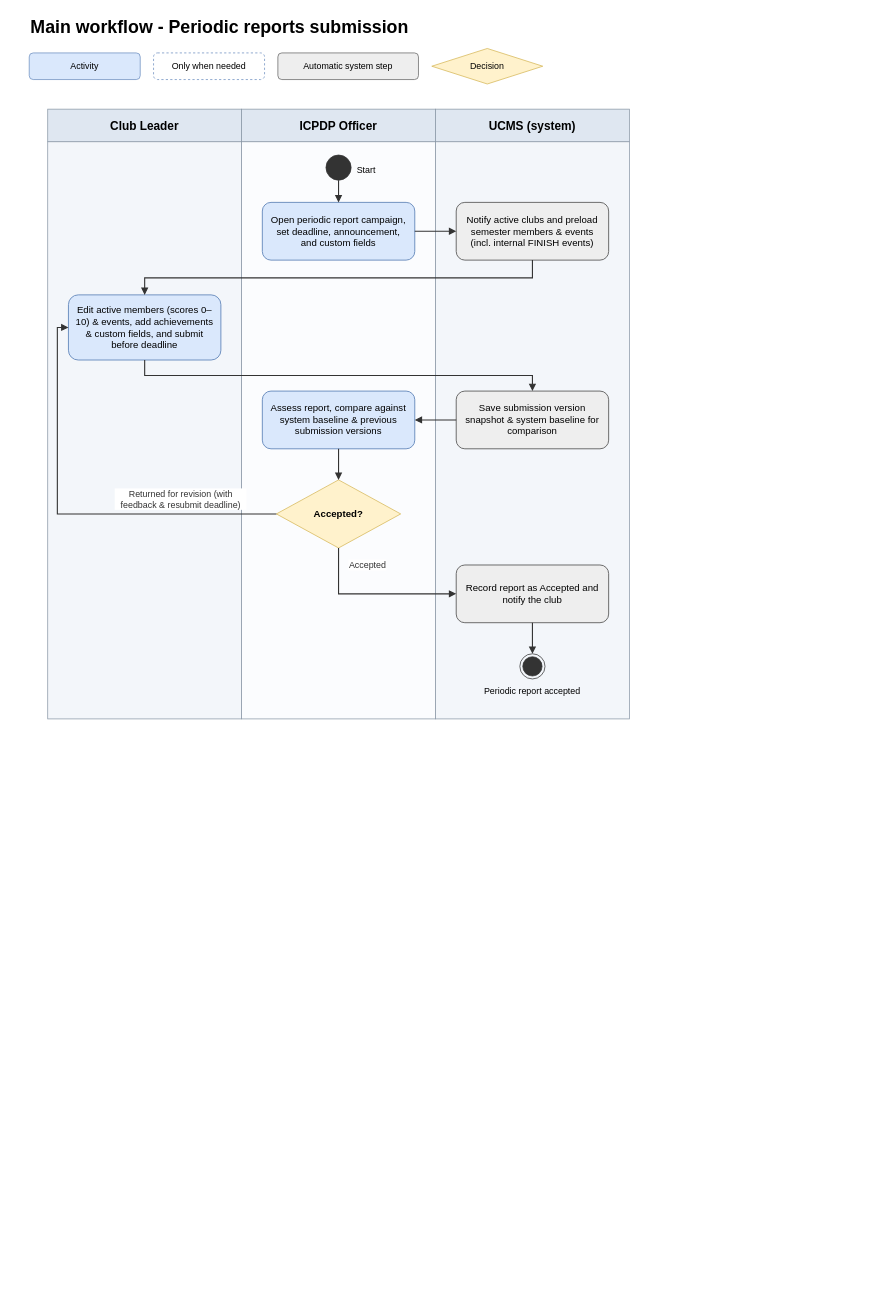
Earlier version of the draw.io diagram page "03 Periodic reports submission" (3 of 8) of docs/03-diagrams/UCMS_Main_Workflow.drawio (nvdekay/ClubManagementSystem). Source tidied: cells renumbered, new cells numbered last; positions are measured from the earlier drawing's top-left corner, leaving out a move shared by most shapes. Both pictures are drawn from the tidied source at 74%, with x=0, y=0 at pixel (29, 14).
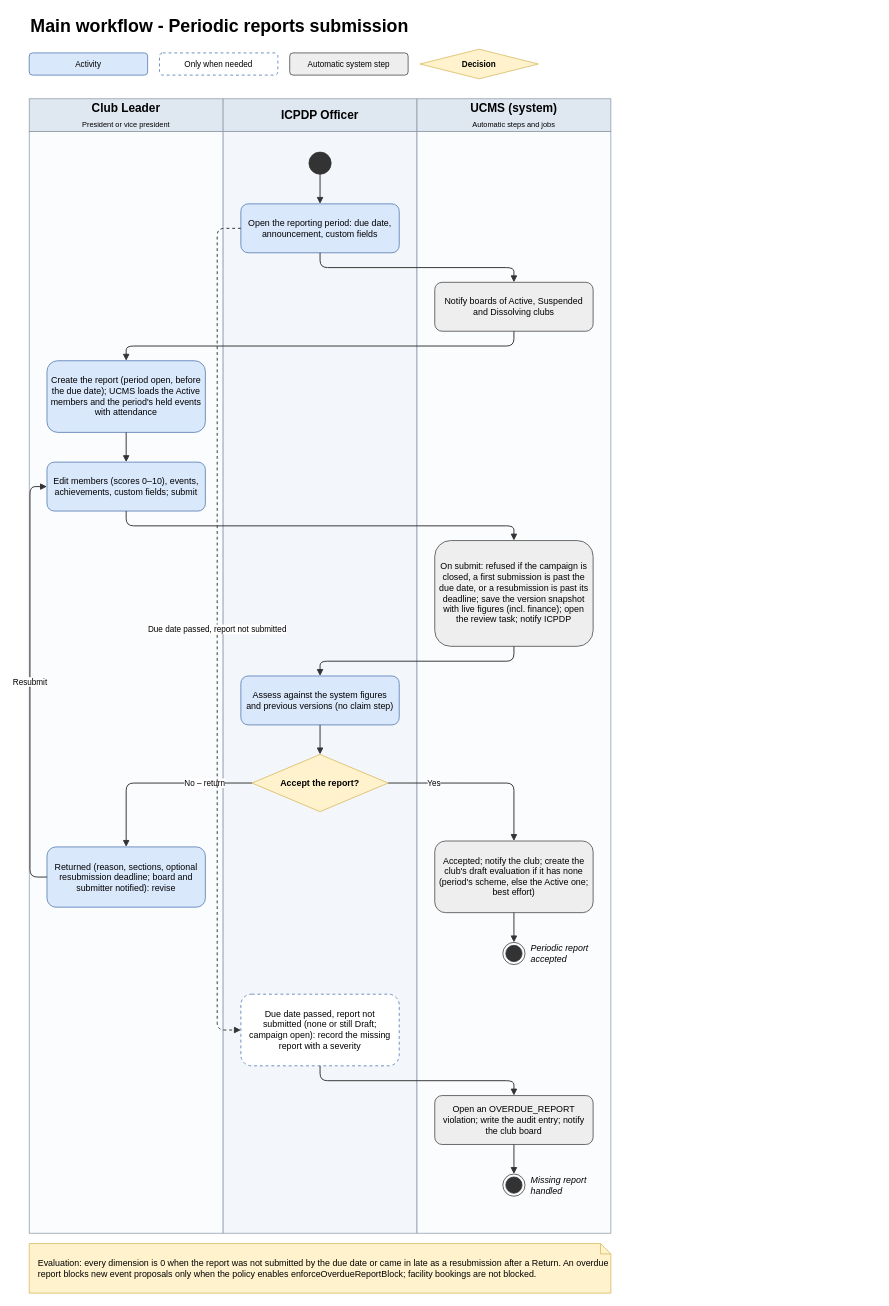
Above is the later version.

What changed in the source:
```diff
@@
     <mxCell id="2" value="Main workflow - Periodic reports submission" style="text;html=1;align=left;verticalAlign=middle;fontSize=24;fontStyle=1;" parent="1" vertex="1">
-      <mxGeometry width="1144" height="36" as="geometry" />
+      <mxGeometry y="-2" width="786" height="36" as="geometry" />
     </mxCell>
-    <mxCell id="3" value="Activity" style="rounded=1;whiteSpace=wrap;html=1;fillColor=#dae8fc;strokeColor=#6c8ebf;fontSize=12;" parent="1" vertex="1">
-      <mxGeometry y="52" width="150" height="36" as="geometry" />
+    <mxCell id="3" value="Activity" style="rounded=1;whiteSpace=wrap;html=1;fillColor=#dae8fc;strokeColor=#6c8ebf;strokeWidth=1.3;spacing=6;fontSize=11;" parent="1" vertex="1">
+      <mxGeometry y="52" width="160" height="30" as="geometry" />
     </mxCell>
-    <mxCell id="4" value="Only when needed" style="rounded=1;whiteSpace=wrap;html=1;fillColor=#ffffff;strokeColor=#6c8ebf;fontSize=12;dashed=1;" parent="1" vertex="1">
-      <mxGeometry x="168" y="52" width="150" height="36" as="geometry" />
+    <mxCell id="4" value="Only when needed" style="rounded=1;whiteSpace=wrap;html=1;fillColor=#ffffff;strokeColor=#6c8ebf;dashed=1;strokeWidth=1.3;spacing=6;fontSize=11;" parent="1" vertex="1">
+      <mxGeometry x="176" y="52" width="160" height="30" as="geometry" />
     </mxCell>
-    <mxCell id="5" value="Automatic system step" style="rounded=1;whiteSpace=wrap;html=1;fillColor=#eeeeee;strokeColor=#666666;fontSize=12;" parent="1" vertex="1">
-      <mxGeometry x="336" y="52" width="190" height="36" as="geometry" />
+    <mxCell id="5" value="Automatic system step" style="rounded=1;whiteSpace=wrap;html=1;fillColor=#eeeeee;strokeColor=#666666;strokeWidth=1.3;spacing=6;fontSize=11;" parent="1" vertex="1">
+      <mxGeometry x="352" y="52" width="160" height="30" as="geometry" />
     </mxCell>
-    <mxCell id="6" value="Decision" style="rhombus;whiteSpace=wrap;html=1;fillColor=#fff2cc;strokeColor=#d6b656;fontSize=12;" parent="1" vertex="1">
-      <mxGeometry x="544" y="46" width="150" height="48" as="geometry" />
+    <mxCell id="6" value="Decision" style="rhombus;whiteSpace=wrap;html=1;fillColor=#fff2cc;strokeColor=#d6b656;fontStyle=1;spacingLeft=18;spacingRight=18;fontSize=11;" parent="1" vertex="1">
+      <mxGeometry x="528" y="47" width="160" height="40" as="geometry" />
     </mxCell>
-    <mxCell id="7" style="rounded=0;html=1;fillColor=#f3f6fa;strokeColor=#8a97a6;" parent="1" vertex="1">
-      <mxGeometry x="25" y="172" width="262" height="780" as="geometry" />
-    </mxCell>
-    <mxCell id="8" value="Club Leader" style="rounded=0;whiteSpace=wrap;html=1;fillColor=#dfe7f1;strokeColor=#8a97a6;fontStyle=1;fontSize=16;" parent="1" vertex="1">
-      <mxGeometry x="25" y="128" width="262" height="44" as="geometry" />
-    </mxCell>
-    <mxCell id="9" style="rounded=0;html=1;fillColor=#fbfcfe;strokeColor=#8a97a6;" parent="1" vertex="1">
-      <mxGeometry x="287" y="172" width="262" height="780" as="geometry" />
-    </mxCell>
+    <mxCell id="35" style="rounded=0;html=1;fillColor=#fbfcfe;strokeColor=#8a97a6;" parent="1" vertex="1">
+      <mxGeometry y="158" width="262" height="1489" as="geometry" />
+    </mxCell>
+    <mxCell id="36" value="&lt;b&gt;Club Leader&lt;/b&gt;&lt;br&gt;&lt;span style=&quot;font-size:10px;font-weight:normal;&quot;&gt;President or vice president&lt;/span&gt;" style="rounded=0;whiteSpace=wrap;html=1;fillColor=#dfe7f1;strokeColor=#8a97a6;fontSize=16;" parent="1" vertex="1">
+      <mxGeometry y="114" width="262" height="44" as="geometry" />
+    </mxCell>
+    <mxCell id="37" style="rounded=0;html=1;fillColor=#f3f6fa;strokeColor=#8a97a6;" parent="1" vertex="1">
+      <mxGeometry x="262" y="158" width="262" height="1489" as="geometry" />
+    </mxCell>
-    <mxCell id="10" value="ICPDP Officer" style="rounded=0;whiteSpace=wrap;html=1;fillColor=#dfe7f1;strokeColor=#8a97a6;fontStyle=1;fontSize=16;" parent="1" vertex="1">
-      <mxGeometry x="287" y="128" width="262" height="44" as="geometry" />
+    <mxCell id="10" value="&lt;b&gt;ICPDP Officer&lt;/b&gt;" style="rounded=0;whiteSpace=wrap;html=1;fillColor=#dfe7f1;strokeColor=#8a97a6;fontSize=16;" parent="1" vertex="1">
+      <mxGeometry x="262" y="114" width="262" height="44" as="geometry" />
     </mxCell>
-    <mxCell id="11" style="rounded=0;html=1;fillColor=#f3f6fa;strokeColor=#8a97a6;" parent="1" vertex="1">
-      <mxGeometry x="549" y="172" width="262" height="780" as="geometry" />
-    </mxCell>
-    <mxCell id="12" value="UCMS (system)" style="rounded=0;whiteSpace=wrap;html=1;fillColor=#dfe7f1;strokeColor=#8a97a6;fontStyle=1;fontSize=16;" parent="1" vertex="1">
-      <mxGeometry x="549" y="128" width="262" height="44" as="geometry" />
-    </mxCell>
+    <mxCell id="38" style="rounded=0;html=1;fillColor=#fbfcfe;strokeColor=#8a97a6;" parent="1" vertex="1">
+      <mxGeometry x="524" y="158" width="262" height="1489" as="geometry" />
+    </mxCell>
+    <mxCell id="39" value="&lt;b&gt;UCMS (system)&lt;/b&gt;&lt;br&gt;&lt;span style=&quot;font-size:10px;font-weight:normal;&quot;&gt;Automatic steps and jobs&lt;/span&gt;" style="rounded=0;whiteSpace=wrap;html=1;fillColor=#dfe7f1;strokeColor=#8a97a6;fontSize=16;" parent="1" vertex="1">
+      <mxGeometry x="524" y="114" width="262" height="44" as="geometry" />
+    </mxCell>
     <mxCell id="13" style="ellipse;html=1;fillColor=#333333;strokeColor=#333333;" parent="1" vertex="1">
-      <mxGeometry x="401" y="190" width="34" height="34" as="geometry" />
+      <mxGeometry x="378" y="186" width="30" height="30" as="geometry" />
     </mxCell>
-    <mxCell id="14" value="Start" style="text;html=1;align=left;fontSize=12;" parent="1" vertex="1">
-      <mxGeometry x="441" y="197" width="50" height="20" as="geometry" />
-    </mxCell>
-    <mxCell id="15" value="Open periodic report campaign, set deadline, announcement, and custom fields" style="rounded=1;whiteSpace=wrap;html=1;fillColor=#dae8fc;strokeColor=#6c8ebf;fontSize=13;strokeWidth=1.3;spacing=10;" parent="1" vertex="1">
-      <mxGeometry x="315" y="254" width="206" height="78" as="geometry" />
-    </mxCell>
-    <mxCell id="16" value="Notify active clubs and preload semester members &amp;amp; events (incl. internal FINISH events)" style="rounded=1;whiteSpace=wrap;html=1;fillColor=#eeeeee;strokeColor=#666666;fontSize=13;strokeWidth=1.3;spacing=10;" parent="1" vertex="1">
-      <mxGeometry x="577" y="254" width="206" height="78" as="geometry" />
-    </mxCell>
-    <mxCell id="17" value="Edit active members (scores 0–10) &amp;amp; events, add achievements &amp;amp; custom fields, and submit before deadline" style="rounded=1;whiteSpace=wrap;html=1;fillColor=#dae8fc;strokeColor=#6c8ebf;fontSize=13;strokeWidth=1.3;spacing=10;" parent="1" vertex="1">
-      <mxGeometry x="53" y="379" width="206" height="88" as="geometry" />
-    </mxCell>
-    <mxCell id="18" value="Save submission version snapshot &amp;amp; system baseline for comparison" style="rounded=1;whiteSpace=wrap;html=1;fillColor=#eeeeee;strokeColor=#666666;fontSize=13;strokeWidth=1.3;spacing=10;" parent="1" vertex="1">
-      <mxGeometry x="577" y="509" width="206" height="78" as="geometry" />
-    </mxCell>
-    <mxCell id="19" value="Assess report, compare against system baseline &amp;amp; previous submission versions" style="rounded=1;whiteSpace=wrap;html=1;fillColor=#dae8fc;strokeColor=#6c8ebf;fontSize=13;strokeWidth=1.3;spacing=10;" parent="1" vertex="1">
-      <mxGeometry x="315" y="509" width="206" height="78" as="geometry" />
-    </mxCell>
+    <mxCell id="40" value="Open the reporting period: due date, announcement, custom fields" style="rounded=1;whiteSpace=wrap;html=1;fillColor=#dae8fc;strokeColor=#6c8ebf;strokeWidth=1.3;spacing=6;fontSize=12;" parent="1" vertex="1">
+      <mxGeometry x="286" y="256" width="214" height="66.1" as="geometry" />
+    </mxCell>
+    <mxCell id="41" value="Notify boards of Active, Suspended and Dissolving clubs" style="rounded=1;whiteSpace=wrap;html=1;fillColor=#eeeeee;strokeColor=#666666;strokeWidth=1.3;spacing=6;fontSize=12;" parent="1" vertex="1">
+      <mxGeometry x="548" y="362" width="214" height="66.1" as="geometry" />
+    </mxCell>
+    <mxCell id="42" value="Create the report (period open, before the due date); UCMS loads the Active members and the period's held events with attendance" style="rounded=1;whiteSpace=wrap;html=1;fillColor=#dae8fc;strokeColor=#6c8ebf;strokeWidth=1.3;spacing=6;fontSize=12;" parent="1" vertex="1">
+      <mxGeometry x="24" y="468" width="214" height="96.8" as="geometry" />
+    </mxCell>
+    <mxCell id="43" value="Edit members (scores 0–10), events, achievements, custom fields; submit" style="rounded=1;whiteSpace=wrap;html=1;fillColor=#dae8fc;strokeColor=#6c8ebf;strokeWidth=1.3;spacing=6;fontSize=12;" parent="1" vertex="1">
+      <mxGeometry x="24" y="605" width="214" height="66.1" as="geometry" />
+    </mxCell>
+    <mxCell id="44" value="On submit: refused if the campaign is closed, a first submission is past the due date, or a resubmission is past its deadline; save the version snapshot with live figures (incl. finance); open the review task; notify ICPDP" style="rounded=1;whiteSpace=wrap;html=1;fillColor=#eeeeee;strokeColor=#666666;strokeWidth=1.3;spacing=6;fontSize=12;" parent="1" vertex="1">
+      <mxGeometry x="548" y="711" width="214" height="142.9" as="geometry" />
+    </mxCell>
+    <mxCell id="45" value="Assess against the system figures and previous versions (no claim step)" style="rounded=1;whiteSpace=wrap;html=1;fillColor=#dae8fc;strokeColor=#6c8ebf;strokeWidth=1.3;spacing=6;fontSize=12;" parent="1" vertex="1">
+      <mxGeometry x="286" y="894" width="214" height="66.1" as="geometry" />
+    </mxCell>
-    <mxCell id="20" value="Accepted?" style="rhombus;whiteSpace=wrap;html=1;fillColor=#fff2cc;strokeColor=#d6b656;fontSize=13;fontStyle=1;spacingLeft=26;spacingRight=26;" parent="1" vertex="1">
-      <mxGeometry x="334" y="629" width="168" height="92" as="geometry" />
+    <mxCell id="20" value="Accept the report?" style="rhombus;whiteSpace=wrap;html=1;fillColor=#fff2cc;strokeColor=#d6b656;fontStyle=1;spacingLeft=18;spacingRight=18;fontSize=12;" parent="1" vertex="1">
+      <mxGeometry x="301" y="1000" width="184" height="77.3" as="geometry" />
     </mxCell>
-    <mxCell id="21" value="Record report as Accepted and notify the club" style="rounded=1;whiteSpace=wrap;html=1;fillColor=#eeeeee;strokeColor=#666666;fontSize=13;strokeWidth=1.3;spacing=10;" parent="1" vertex="1">
-      <mxGeometry x="577" y="744" width="206" height="78" as="geometry" />
-    </mxCell>
+    <mxCell id="46" value="Returned (reason, sections, optional resubmission deadline; board and submitter notified): revise" style="rounded=1;whiteSpace=wrap;html=1;fillColor=#dae8fc;strokeColor=#6c8ebf;strokeWidth=1.3;spacing=6;fontSize=12;" parent="1" vertex="1">
+      <mxGeometry x="24" y="1125" width="214" height="81.4" as="geometry" />
+    </mxCell>
+    <mxCell id="47" value="Accepted; notify the club; create the club's draft evaluation if it has none (period's scheme, else the Active one; best effort)" style="rounded=1;whiteSpace=wrap;html=1;fillColor=#eeeeee;strokeColor=#666666;strokeWidth=1.3;spacing=6;fontSize=12;" parent="1" vertex="1">
+      <mxGeometry x="548" y="1117" width="214" height="96.8" as="geometry" />
+    </mxCell>
     <mxCell id="22" style="ellipse;html=1;shape=endState;fillColor=#333333;strokeColor=#333333;" parent="1" vertex="1">
-      <mxGeometry x="663" y="864" width="34" height="34" as="geometry" />
+      <mxGeometry x="640" y="1254" width="30" height="30" as="geometry" />
     </mxCell>
-    <mxCell id="23" value="Periodic report accepted" style="text;html=1;whiteSpace=wrap;align=center;fontSize=12;" parent="1" vertex="1">
-      <mxGeometry x="590" y="901" width="180" height="18" as="geometry" />
+    <mxCell id="23" value="Periodic report accepted" style="text;html=1;whiteSpace=wrap;align=left;verticalAlign=middle;fontSize=12;fontStyle=2;" parent="1" vertex="1">
+      <mxGeometry x="676" y="1246" width="104" height="46" as="geometry" />
     </mxCell>
-    <mxCell id="24" value="Returned for revision (with feedback &amp;amp; resubmit deadline)" style="text;html=1;whiteSpace=wrap;align=center;verticalAlign=middle;fontSize=12;fontColor=#333333;labelBackgroundColor=#ffffff;" parent="1" vertex="1">
-      <mxGeometry x="115" y="639" width="180" height="32" as="geometry" />
-    </mxCell>
-    <mxCell id="25" value="Accepted" style="text;html=1;whiteSpace=wrap;align=center;verticalAlign=middle;fontSize=12;fontColor=#333333;labelBackgroundColor=#ffffff;" parent="1" vertex="1">
-      <mxGeometry x="425" y="734" width="65" height="20" as="geometry" />
-    </mxCell>
-    <mxCell id="26" style="endArrow=block;endFill=1;html=1;rounded=0;strokeColor=#333333;strokeWidth=1.5;exitX=0.5;exitY=1;entryX=0.5;entryY=0;" parent="1" edge="1" source="13" target="15">
-      <mxGeometry relative="1" as="geometry" />
-    </mxCell>
-    <mxCell id="27" style="endArrow=block;endFill=1;html=1;rounded=0;strokeColor=#333333;strokeWidth=1.5;exitX=1;exitY=0.5;entryX=0;entryY=0.5;" parent="1" edge="1" source="15" target="16">
-      <mxGeometry relative="1" as="geometry" />
-    </mxCell>
+    <mxCell id="48" value="Due date passed, report not submitted (none or still Draft; campaign open): record the missing report with a severity" style="rounded=1;whiteSpace=wrap;html=1;fillColor=#ffffff;strokeColor=#6c8ebf;dashed=1;strokeWidth=1.3;spacing=6;fontSize=12;" parent="1" vertex="1">
+      <mxGeometry x="286" y="1324" width="214" height="96.8" as="geometry" />
+    </mxCell>
+    <mxCell id="49" value="Open an OVERDUE_REPORT violation; write the audit entry; notify the club board" style="rounded=1;whiteSpace=wrap;html=1;fillColor=#eeeeee;strokeColor=#666666;strokeWidth=1.3;spacing=6;fontSize=12;" parent="1" vertex="1">
+      <mxGeometry x="548" y="1461" width="214" height="66.1" as="geometry" />
+    </mxCell>
+    <mxCell id="50" style="ellipse;html=1;shape=endState;fillColor=#333333;strokeColor=#333333;" parent="1" vertex="1">
+      <mxGeometry x="640" y="1567" width="30" height="30" as="geometry" />
+    </mxCell>
+    <mxCell id="51" value="Missing report handled" style="text;html=1;whiteSpace=wrap;align=left;verticalAlign=middle;fontSize=12;fontStyle=2;" parent="1" vertex="1">
+      <mxGeometry x="676" y="1559" width="104" height="46" as="geometry" />
+    </mxCell>
-    <mxCell id="28" style="endArrow=block;endFill=1;html=1;rounded=0;strokeColor=#333333;strokeWidth=1.5;exitX=0.5;exitY=1;entryX=0.5;entryY=0;" parent="1" edge="1" source="16" target="17">
-      <mxGeometry relative="1" as="geometry">
-        <Array as="points">
-          <mxPoint x="680" y="356" />
-          <mxPoint x="156" y="356" />
-        </Array>
-      </mxGeometry>
+    <mxCell id="28" style="endArrow=block;endFill=1;html=1;rounded=1;edgeStyle=orthogonalEdgeStyle;strokeColor=#333333;strokeWidth=1.3;fontSize=11;labelBackgroundColor=#ffffff;exitX=0.5;exitY=1;entryX=0.5;entryY=0;" parent="1" edge="1" source="13" target="40">
+      <mxGeometry relative="1" as="geometry" />
     </mxCell>
-    <mxCell id="29" style="endArrow=block;endFill=1;html=1;rounded=0;strokeColor=#333333;strokeWidth=1.5;exitX=0.5;exitY=1;entryX=0.5;entryY=0;" parent="1" edge="1" source="17" target="18">
-      <mxGeometry relative="1" as="geometry">
-        <Array as="points">
-          <mxPoint x="156" y="488" />
-          <mxPoint x="680" y="488" />
-        </Array>
-      </mxGeometry>
-    </mxCell>
-    <mxCell id="30" style="endArrow=block;endFill=1;html=1;rounded=0;strokeColor=#333333;strokeWidth=1.5;exitX=0;exitY=0.5;entryX=1;entryY=0.5;" parent="1" edge="1" source="18" target="19">
+    <mxCell id="30" style="endArrow=block;endFill=1;html=1;rounded=1;edgeStyle=orthogonalEdgeStyle;strokeColor=#333333;strokeWidth=1.3;fontSize=11;labelBackgroundColor=#ffffff;exitX=0.5;exitY=1;entryX=0.5;entryY=0;" parent="1" edge="1" source="40" target="41">
       <mxGeometry relative="1" as="geometry" />
     </mxCell>
-    <mxCell id="31" style="endArrow=block;endFill=1;html=1;rounded=0;strokeColor=#333333;strokeWidth=1.5;exitX=0.5;exitY=1;entryX=0.5;entryY=0;" parent="1" edge="1" source="19" target="20">
+    <mxCell id="31" style="endArrow=block;endFill=1;html=1;rounded=1;edgeStyle=orthogonalEdgeStyle;strokeColor=#333333;strokeWidth=1.3;fontSize=11;labelBackgroundColor=#ffffff;exitX=0.5;exitY=1;entryX=0.5;entryY=0;" parent="1" edge="1" source="41" target="42">
       <mxGeometry relative="1" as="geometry" />
     </mxCell>
-    <mxCell id="32" style="endArrow=block;endFill=1;html=1;rounded=0;strokeColor=#333333;strokeWidth=1.5;exitX=0;exitY=0.5;entryX=0;entryY=0.5;" parent="1" edge="1" source="20" target="17">
-      <mxGeometry relative="1" as="geometry">
-        <Array as="points">
-          <mxPoint x="38" y="675" />
-          <mxPoint x="38" y="423" />
-        </Array>
-      </mxGeometry>
+    <mxCell id="32" style="endArrow=block;endFill=1;html=1;rounded=1;edgeStyle=orthogonalEdgeStyle;strokeColor=#333333;strokeWidth=1.3;fontSize=11;labelBackgroundColor=#ffffff;exitX=0.5;exitY=1;entryX=0.5;entryY=0;" parent="1" edge="1" source="42" target="43">
+      <mxGeometry relative="1" as="geometry" />
     </mxCell>
-    <mxCell id="33" style="endArrow=block;endFill=1;html=1;rounded=0;strokeColor=#333333;strokeWidth=1.5;exitX=0.5;exitY=1;entryX=0;entryY=0.5;" parent="1" edge="1" source="20" target="21">
-      <mxGeometry relative="1" as="geometry">
-        <Array as="points">
-          <mxPoint x="418" y="783" />
-        </Array>
-      </mxGeometry>
+    <mxCell id="33" style="endArrow=block;endFill=1;html=1;rounded=1;edgeStyle=orthogonalEdgeStyle;strokeColor=#333333;strokeWidth=1.3;fontSize=11;labelBackgroundColor=#ffffff;exitX=0.5;exitY=1;entryX=0.5;entryY=0;" parent="1" edge="1" source="43" target="44">
+      <mxGeometry relative="1" as="geometry" />
     </mxCell>
-    <mxCell id="34" style="endArrow=block;endFill=1;html=1;rounded=0;strokeColor=#333333;strokeWidth=1.5;exitX=0.5;exitY=1;entryX=0.5;entryY=0;" parent="1" edge="1" source="21" target="22">
+    <mxCell id="34" style="endArrow=block;endFill=1;html=1;rounded=1;edgeStyle=orthogonalEdgeStyle;strokeColor=#333333;strokeWidth=1.3;fontSize=11;labelBackgroundColor=#ffffff;exitX=0.5;exitY=1;entryX=0.5;entryY=0;" parent="1" edge="1" source="44" target="45">
       <mxGeometry relative="1" as="geometry" />
     </mxCell>
+    <mxCell id="52" style="endArrow=block;endFill=1;html=1;rounded=1;edgeStyle=orthogonalEdgeStyle;strokeColor=#333333;strokeWidth=1.3;fontSize=11;labelBackgroundColor=#ffffff;exitX=0.5;exitY=1;entryX=0.5;entryY=0;" parent="1" edge="1" source="45" target="20">
+      <mxGeometry relative="1" as="geometry" />
+    </mxCell>
+    <mxCell id="53" value="No – return" style="endArrow=block;endFill=1;html=1;rounded=1;edgeStyle=orthogonalEdgeStyle;strokeColor=#333333;strokeWidth=1.3;fontSize=11;labelBackgroundColor=#ffffff;exitX=0;exitY=0.5;entryX=0.5;entryY=0;" parent="1" edge="1" source="20" target="46">
+      <mxGeometry x="-0.5" relative="1" as="geometry" />
+    </mxCell>
+    <mxCell id="54" value="Yes" style="endArrow=block;endFill=1;html=1;rounded=1;edgeStyle=orthogonalEdgeStyle;strokeColor=#333333;strokeWidth=1.3;fontSize=11;labelBackgroundColor=#ffffff;exitX=1;exitY=0.5;entryX=0.5;entryY=0;" parent="1" edge="1" source="20" target="47">
+      <mxGeometry x="-0.5" relative="1" as="geometry" />
+    </mxCell>
+    <mxCell id="55" value="Resubmit" style="endArrow=block;endFill=1;html=1;rounded=1;edgeStyle=orthogonalEdgeStyle;strokeColor=#333333;strokeWidth=1.3;fontSize=11;labelBackgroundColor=#ffffff;exitX=0;exitY=0.5;entryX=0;entryY=0.5;" parent="1" edge="1" source="46" target="43">
+      <mxGeometry relative="1" as="geometry">
+        <Array as="points">
+          <mxPoint x="1" y="1166" />
+          <mxPoint x="1" y="638" />
+        </Array>
+      </mxGeometry>
+    </mxCell>
+    <mxCell id="56" style="endArrow=block;endFill=1;html=1;rounded=1;edgeStyle=orthogonalEdgeStyle;strokeColor=#333333;strokeWidth=1.3;fontSize=11;labelBackgroundColor=#ffffff;exitX=0.5;exitY=1;entryX=0.5;entryY=0;" parent="1" edge="1" source="47" target="22">
+      <mxGeometry relative="1" as="geometry" />
+    </mxCell>
+    <mxCell id="57" value="Due date passed, report not submitted" style="endArrow=block;endFill=1;html=1;rounded=1;edgeStyle=orthogonalEdgeStyle;strokeColor=#333333;strokeWidth=1.3;fontSize=11;labelBackgroundColor=#ffffff;dashed=1;exitX=0;exitY=0.5;entryX=0;entryY=0.5;" parent="1" edge="1" source="40" target="48">
+      <mxGeometry relative="1" as="geometry">
+        <Array as="points">
+          <mxPoint x="254" y="289" />
+          <mxPoint x="254" y="1372" />
+        </Array>
+      </mxGeometry>
+    </mxCell>
+    <mxCell id="58" style="endArrow=block;endFill=1;html=1;rounded=1;edgeStyle=orthogonalEdgeStyle;strokeColor=#333333;strokeWidth=1.3;fontSize=11;labelBackgroundColor=#ffffff;exitX=0.5;exitY=1;entryX=0.5;entryY=0;" parent="1" edge="1" source="48" target="49">
+      <mxGeometry relative="1" as="geometry" />
+    </mxCell>
+    <mxCell id="59" style="endArrow=block;endFill=1;html=1;rounded=1;edgeStyle=orthogonalEdgeStyle;strokeColor=#333333;strokeWidth=1.3;fontSize=11;labelBackgroundColor=#ffffff;exitX=0.5;exitY=1;entryX=0.5;entryY=0;" parent="1" edge="1" source="49" target="50">
+      <mxGeometry relative="1" as="geometry" />
+    </mxCell>
+    <mxCell id="60" value="Evaluation: every dimension is 0 when the report was not submitted by the due date or came in late as a resubmission after a Return. An overdue report blocks new event proposals only when the policy enables enforceOverdueReportBlock; facility bookings are not blocked." style="shape=note;whiteSpace=wrap;html=1;size=14;align=left;spacingLeft=10;fillColor=#fff2cc;strokeColor=#d6b656;fontSize=12;" parent="1" vertex="1">
+      <mxGeometry y="1661" width="786" height="67" as="geometry" />
+    </mxCell>
```
